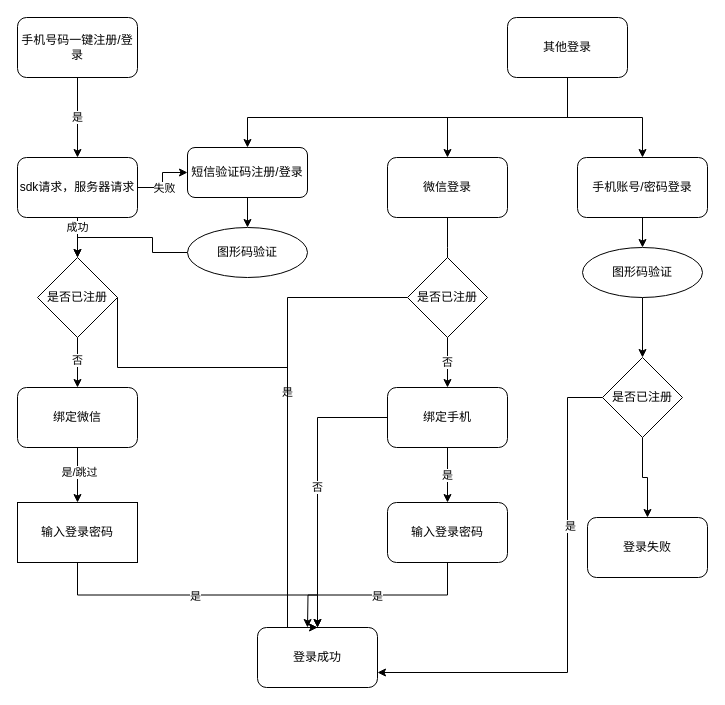
Earlier version of the draw.io diagram 登录流程图.drawio (boyu0/boyu0). Source tidied: cells renumbered, new cells numbered last; positions are measured from the earlier drawing's top-left corner, leaving out a move shared by most shapes. Both pictures are drawn from the tidied source at 100%, with x=0, y=0 at pixel (17, 17).
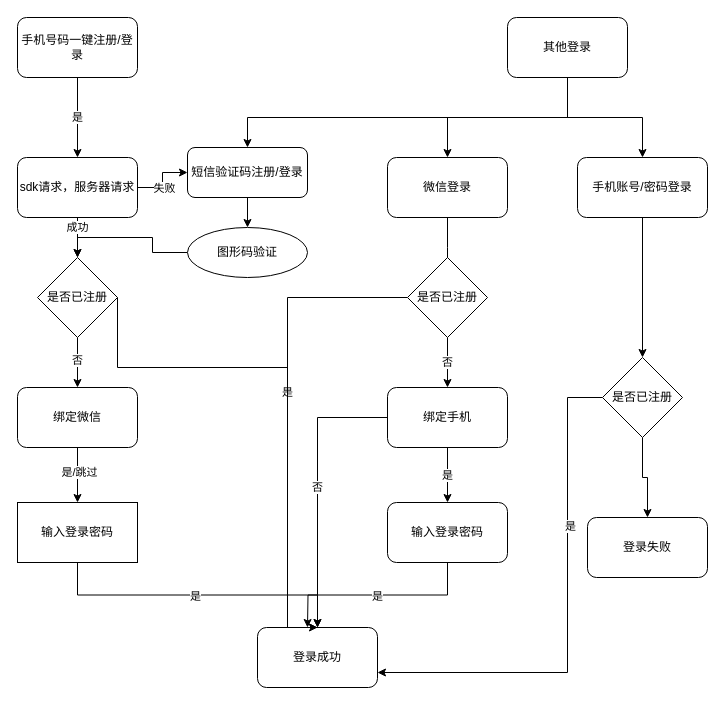
The same page after the edit.

Commit message (it also covers changes not shown here):
更新登录流程图.drawio

The change refers to these unchanged cells:
```xml
<mxCell id="16" value="手机账号/密码登录" style="rounded=1;whiteSpace=wrap;html=1;" parent="1" vertex="1">
  <mxGeometry x="560" y="140" width="130" height="60" as="geometry" />
</mxCell>
<mxCell id="40" value="是否已注册" style="rhombus;whiteSpace=wrap;html=1;" parent="1" vertex="1">
  <mxGeometry x="585" y="340" width="80" height="80" as="geometry" />
</mxCell>
```

Change to the diagram source:
```diff
@@
-    <mxCell id="15" style="edgeStyle=orthogonalEdgeStyle;rounded=0;jettySize=auto;html=1;entryX=0.5;entryY=0;entryDx=0;entryDy=0;" parent="1" edge="1" source="16" target="47">
+    <mxCell id="15" style="edgeStyle=orthogonalEdgeStyle;rounded=0;jettySize=auto;html=1;entryX=0.5;entryY=0;entryDx=0;entryDy=0;" parent="1" edge="1" source="16" target="40">
       <mxGeometry relative="1" as="geometry" />
     </mxCell>
@@
-    <mxCell id="46" style="edgeStyle=orthogonalEdgeStyle;rounded=0;jettySize=auto;html=1;entryX=0.5;entryY=0;entryDx=0;entryDy=0;" parent="1" edge="1" source="47" target="40">
-      <mxGeometry relative="1" as="geometry" />
-    </mxCell>
-    <mxCell id="47" value="图形码验证" style="ellipse;whiteSpace=wrap;html=1;" parent="1" vertex="1">
-      <mxGeometry x="565" y="230" width="120" height="50" as="geometry" />
-    </mxCell>
```
